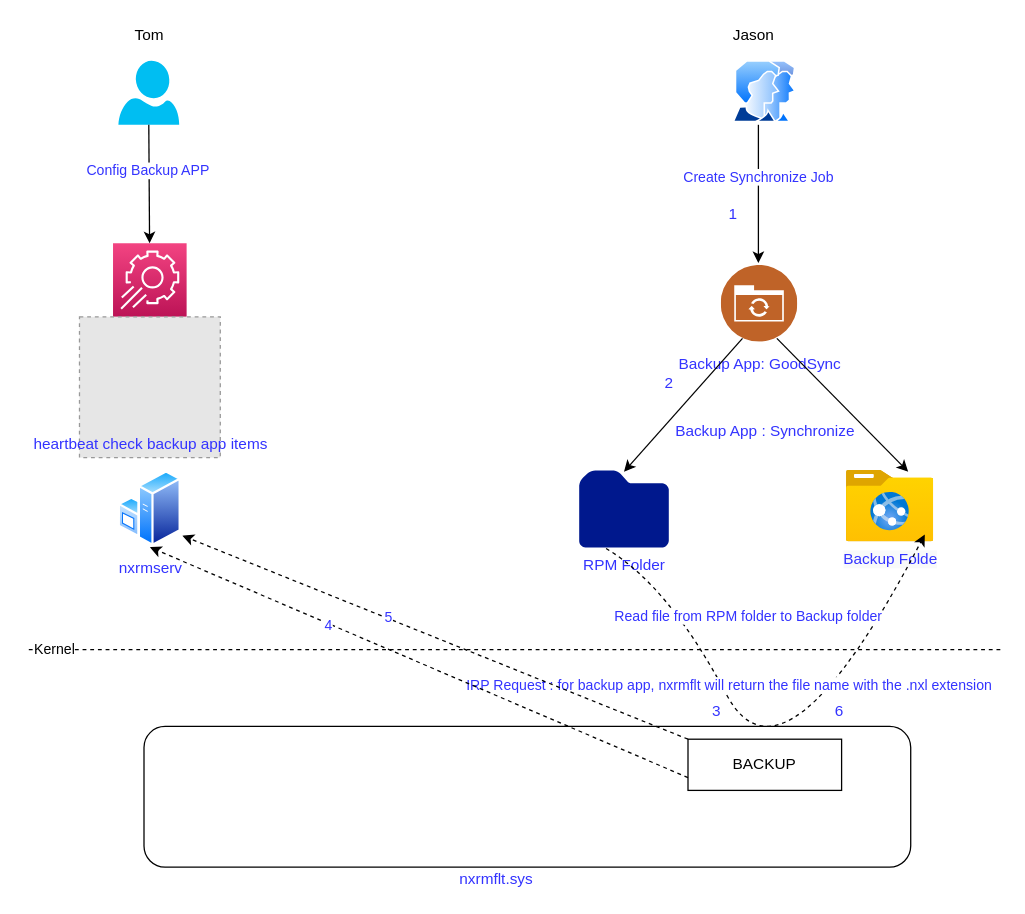
The draw.io diagram Backup_solution3.drawio in linfenwen/draw_io, before the edit. Source tidied: cells renumbered, new cells numbered last; positions are measured from the earlier drawing's top-left corner, leaving out a move shared by most shapes. Both pictures are drawn from the tidied source at 128%, with x=0, y=0 at pixel (22, 22). Pictures stored in the file or linked from it are replaced by grey dashed boxes.
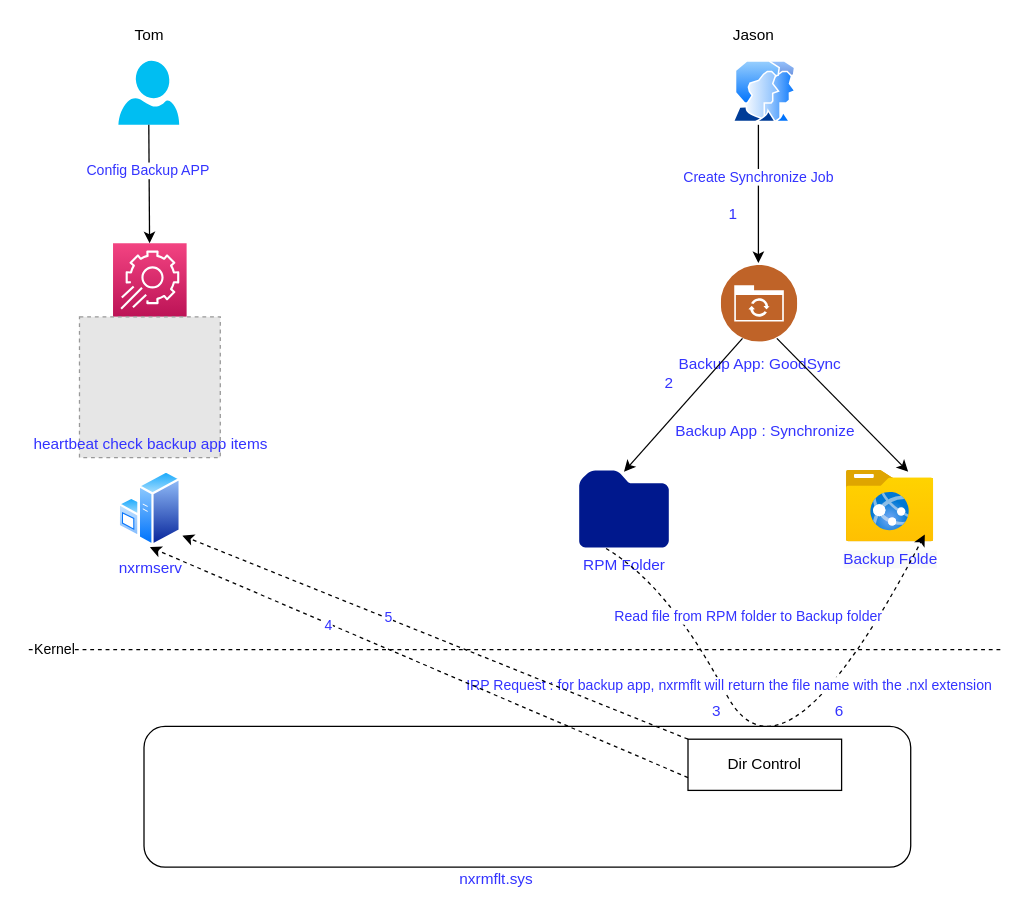
The same diagram, later.

The edit, as a diff of the source:
```diff
@@
-    <mxCell id="26" value="BACKUP" style="rounded=0;whiteSpace=wrap;html=1;" parent="1" vertex="1">
+    <mxCell id="26" value="Dir Control" style="rounded=0;whiteSpace=wrap;html=1;" parent="1" vertex="1">
       <mxGeometry x="520" y="560" width="120" height="40" as="geometry" />
     </mxCell>
```
